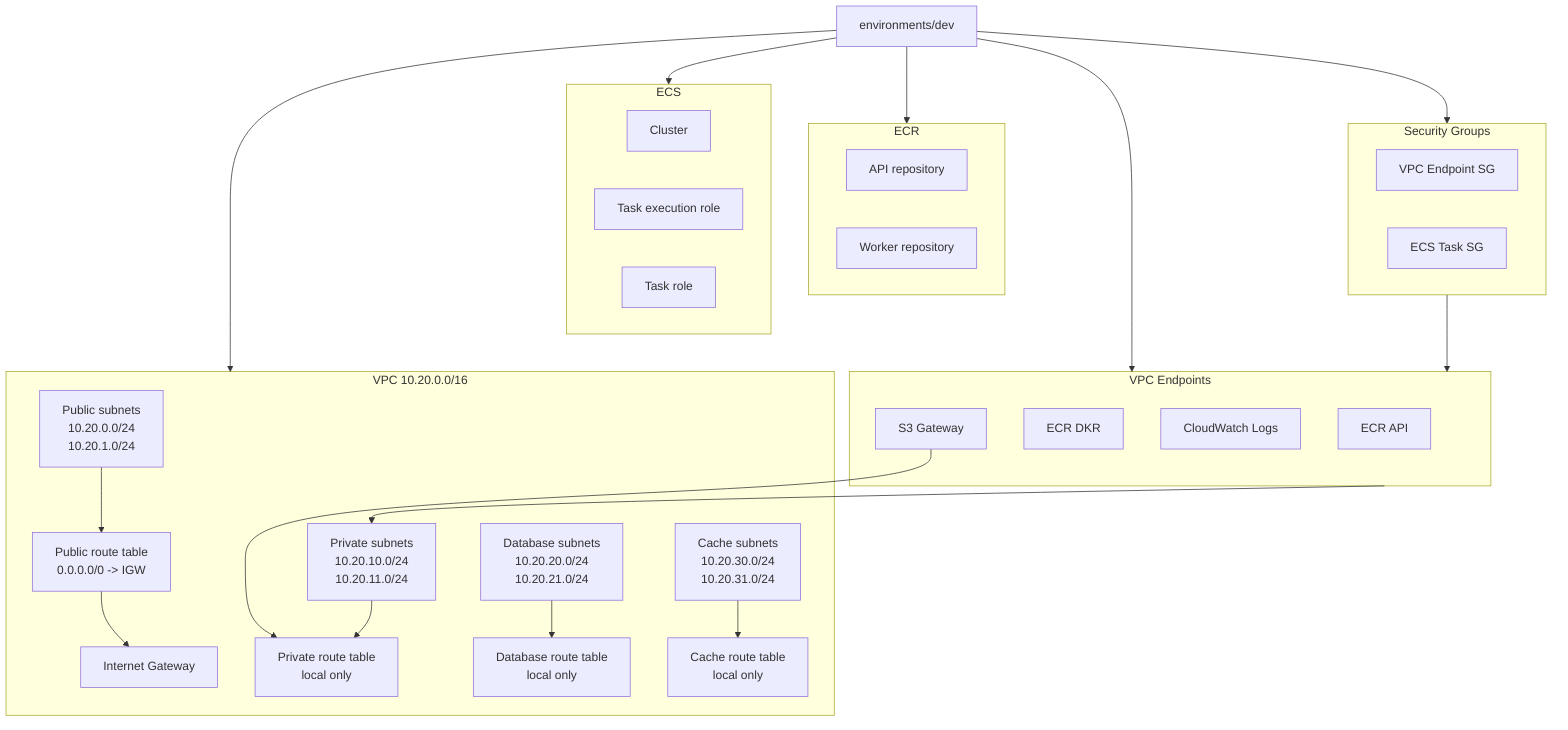
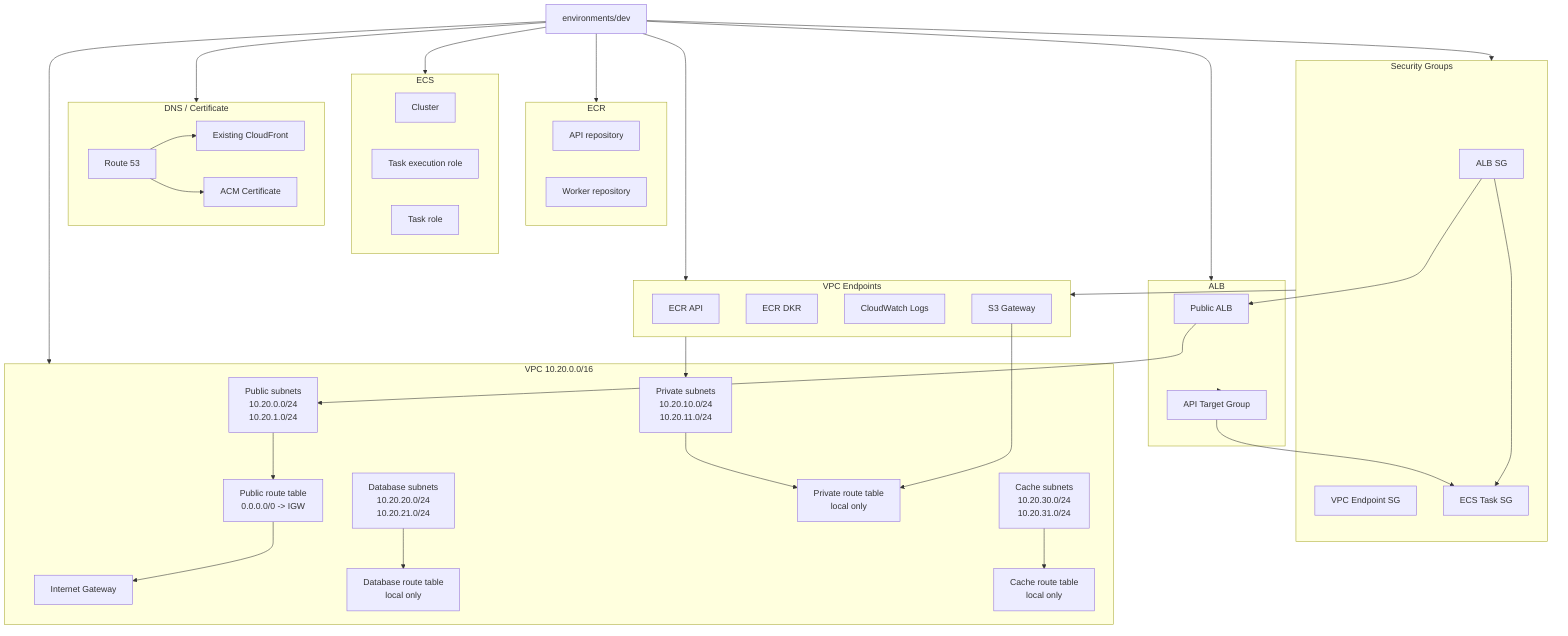
flowchart TB
  root["environments/dev"]

  subgraph ecr["ECR"]
    api_repo["API repository"]
    worker_repo["Worker repository"]
  end

  subgraph ecs["ECS"]
    cluster["Cluster"]
    task_execution_role["Task execution role"]
    task_role["Task role"]
  end

+   subgraph alb["ALB"]
+     public_alb["Public ALB"]
+     api_tg["API Target Group"]
+   end
+ 
+   subgraph dns["DNS / Certificate"]
+     route53["Route 53"]
+     acm["ACM Certificate"]
+     cloudfront["Existing CloudFront"]
+   end
+ 
  subgraph endpoints["VPC Endpoints"]
    ecr_api["ECR API"]
    ecr_dkr["ECR DKR"]
    logs_endpoint["CloudWatch Logs"]
    s3_gateway["S3 Gateway"]
  end

  subgraph security["Security Groups"]
+     alb_sg["ALB SG"]
    vpce_sg["VPC Endpoint SG"]
    ecs_task_sg["ECS Task SG"]
  end

  subgraph vpc["VPC 10.20.0.0/16"]
    igw["Internet Gateway"]

    public["Public subnets\n10.20.0.0/24\n10.20.1.0/24"]
    private["Private subnets\n10.20.10.0/24\n10.20.11.0/24"]
    database["Database subnets\n10.20.20.0/24\n10.20.21.0/24"]
    cache["Cache subnets\n10.20.30.0/24\n10.20.31.0/24"]

    public_rt["Public route table\n0.0.0.0/0 -> IGW"]
    private_rt["Private route table\nlocal only"]
    database_rt["Database route table\nlocal only"]
    cache_rt["Cache route table\nlocal only"]
  end

  root --> ecr
  root --> ecs
+   root --> alb
+   root --> dns
  root --> endpoints
  root --> security
  root --> vpc
+   route53 --> cloudfront
+   route53 --> acm
+   alb --> api_tg
  security --> endpoints
+   alb_sg --> public_alb
+   alb_sg --> ecs_task_sg
+   public_alb --> public
+   api_tg --> ecs_task_sg
  endpoints --> private
  s3_gateway --> private_rt
  public --> public_rt
  public_rt --> igw
  private --> private_rt
  database --> database_rt
  cache --> cache_rt
